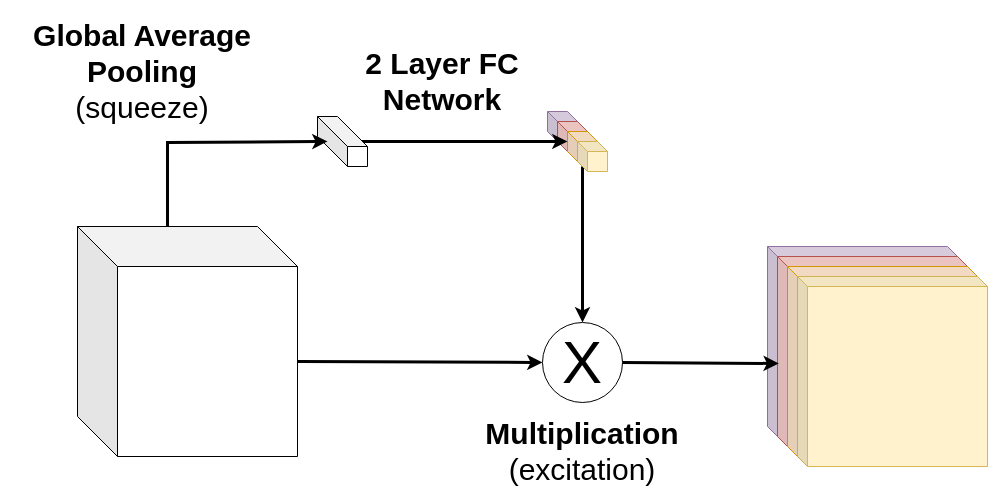
Before: page "Page-6" (6 of 7) of chapter_sota/assets/depthwise_separable_conv.drawio in N0ciple/latex-these, a draw.io diagram. Source tidied: cells renumbered, new cells numbered last; positions are measured from the earlier drawing's top-left corner, leaving out a move shared by most shapes. Both pictures are drawn from the tidied source at 100%, with x=0, y=0 at pixel (17, 31).
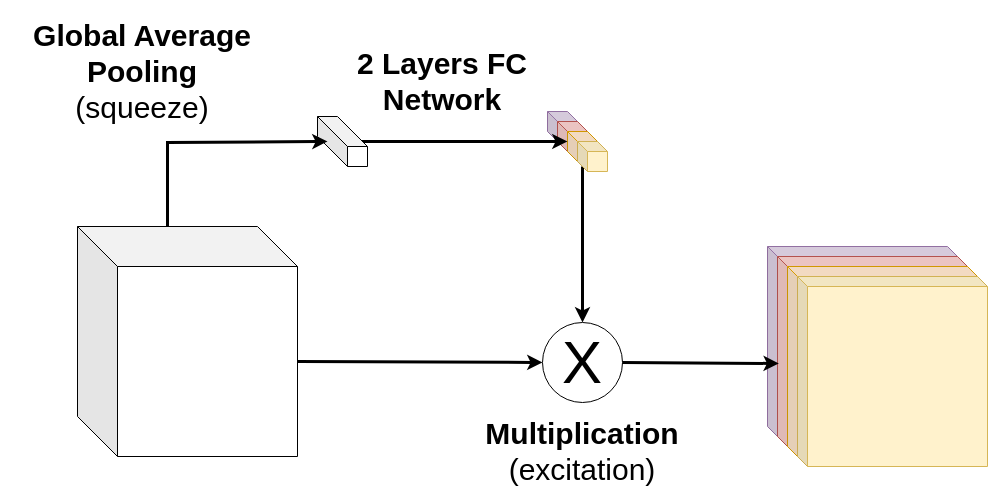
After the change.

The edit, as a diff of the source:
```diff
@@
-    <mxCell id="20" value="&lt;b style=&quot;border-color: var(--border-color); font-size: 30px;&quot;&gt;2 Layer FC Network&lt;/b&gt;" style="text;html=1;strokeColor=none;fillColor=none;align=center;verticalAlign=middle;whiteSpace=wrap;rounded=0;" parent="1" vertex="1">
+    <mxCell id="20" value="&lt;b style=&quot;border-color: var(--border-color); font-size: 30px;&quot;&gt;2 Layers FC Network&lt;/b&gt;" style="text;html=1;strokeColor=none;fillColor=none;align=center;verticalAlign=middle;whiteSpace=wrap;rounded=0;" parent="1" vertex="1">
       <mxGeometry x="300" y="10" width="250" height="80" as="geometry" />
     </mxCell>
```
